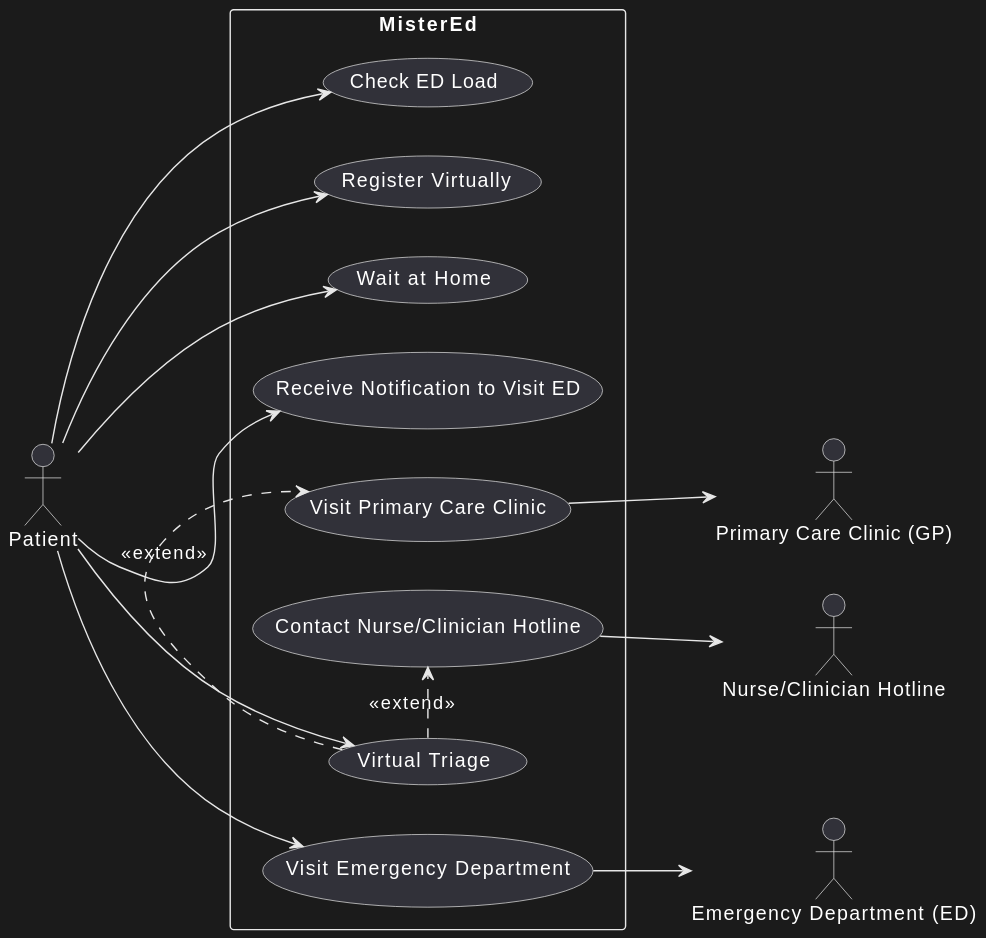
Before: Patient Diagram.svg, a diagram exported from PlantUML (SENG-350-2024-fall/Team-13). Its diagram source:
```plantuml
@startuml
left to right direction
actor "Patient" as patient
actor "Primary Care Clinic (GP)" as GP
actor "Nurse/Clinician Hotline" as hotline
actor "Emergency Department (ED)" as ED

rectangle MisterEd {
    usecase "Check ED Load" as UC1
    usecase "Register Virtually" as UC2
    usecase "Virtual Triage" as UC3
    usecase "Wait at Home" as UC4
    usecase "Receive Notification to Visit ED" as UC5
    usecase "Visit Emergency Department" as UC6
    usecase "Visit Primary Care Clinic" as UC7
    usecase "Contact Nurse/Clinician Hotline" as UC8
}

patient --> UC1
patient --> UC2
patient --> UC3
patient --> UC4
patient --> UC5
patient --> UC6
UC3 .> UC7: <<extend>>
UC3 .> UC8: <<extend>>
UC6 --> ED
UC7 --> GP
UC8 --> hotline
@enduml
```
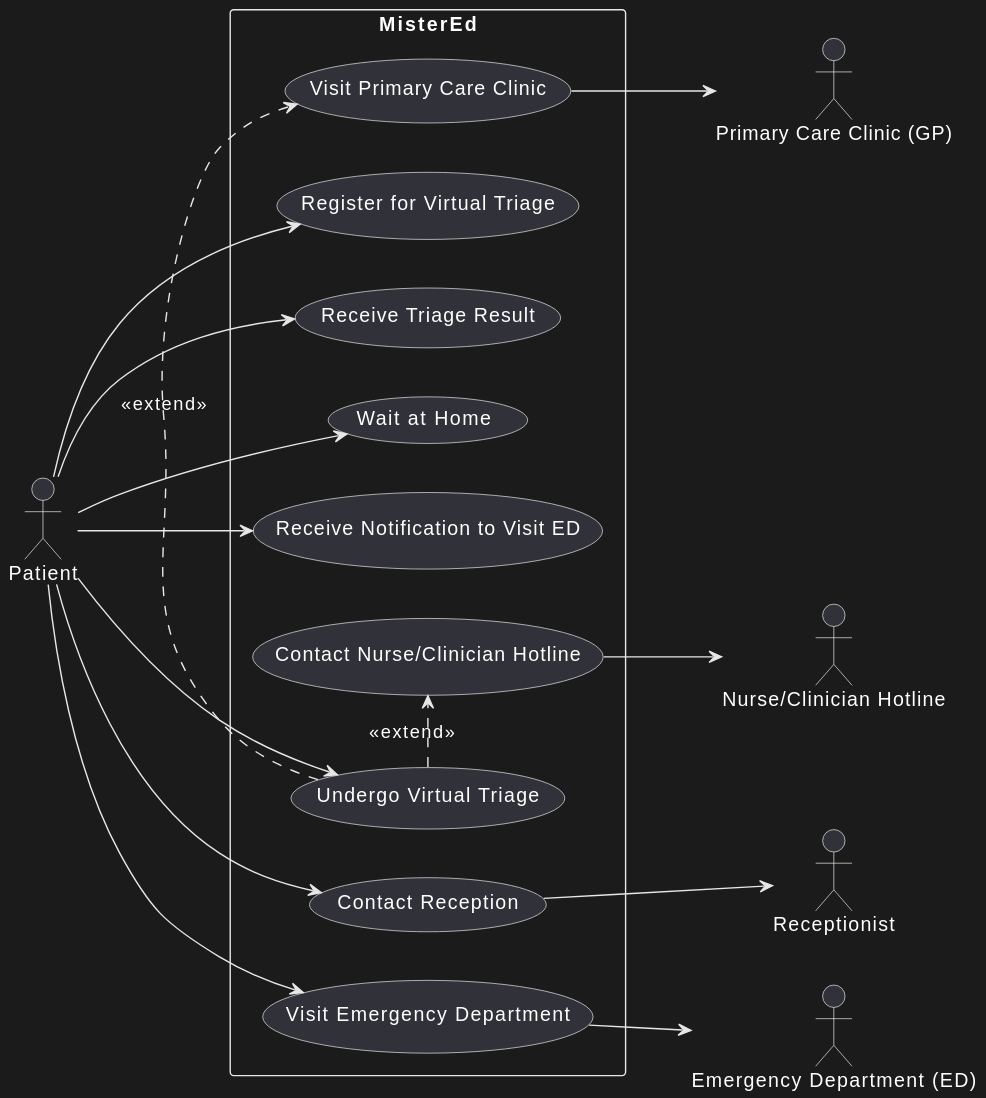
The same diagram one commit later.

Commit message:
Routine Commit Commit by @arfazhxss on Thu 26 Sep 2024

Change to the diagram source:
```diff
@@ -4,16 +4,18 @@
 actor "Primary Care Clinic (GP)" as GP
 actor "Nurse/Clinician Hotline" as hotline
 actor "Emergency Department (ED)" as ED
+actor "Receptionist" as receptionist
 
 rectangle MisterEd {
-    usecase "Check ED Load" as UC1
-    usecase "Register Virtually" as UC2
-    usecase "Virtual Triage" as UC3
-    usecase "Wait at Home" as UC4
-    usecase "Receive Notification to Visit ED" as UC5
-    usecase "Visit Emergency Department" as UC6
-    usecase "Visit Primary Care Clinic" as UC7
-    usecase "Contact Nurse/Clinician Hotline" as UC8
+    usecase "Contact Reception" as UC1
+    usecase "Register for Virtual Triage" as UC2
+    usecase "Undergo Virtual Triage" as UC3
+    usecase "Receive Triage Result" as UC4
+    usecase "Wait at Home" as UC5
+    usecase "Receive Notification to Visit ED" as UC6
+    usecase "Visit Emergency Department" as UC7
+    usecase "Visit Primary Care Clinic" as UC8
+    usecase "Contact Nurse/Clinician Hotline" as UC9
 }
 
 patient --> UC1
@@ -22,9 +24,11 @@
 patient --> UC4
 patient --> UC5
 patient --> UC6
-UC3 .> UC7: <<extend>>
+patient --> UC7
 UC3 .> UC8: <<extend>>
-UC6 --> ED
-UC7 --> GP
-UC8 --> hotline
+UC3 .> UC9: <<extend>>
+UC7 --> ED
+UC8 --> GP
+UC9 --> hotline
+UC1 --> receptionist
 @enduml
```
